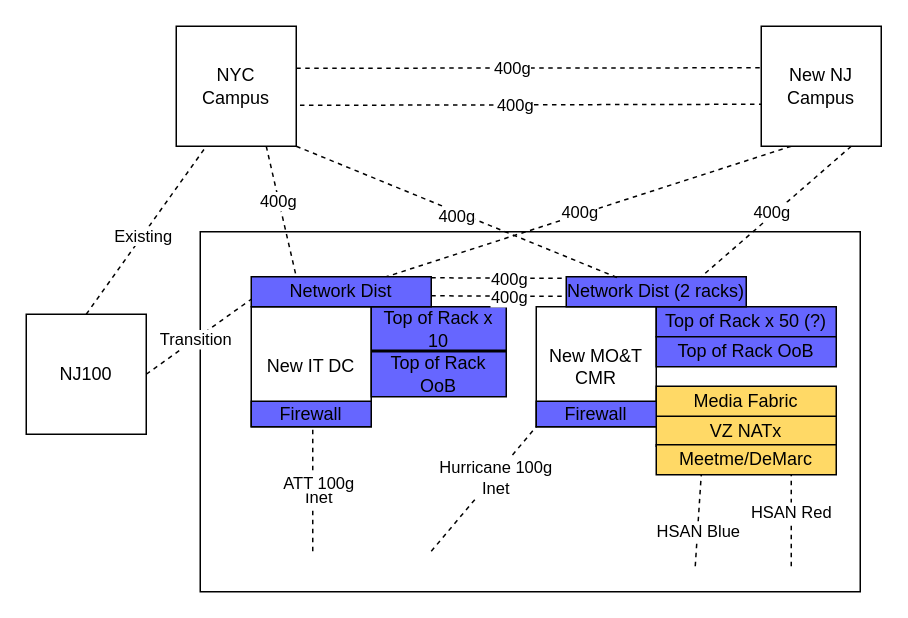
Earlier version of the draw.io diagram NJ100.drawio (rhoatson/Draw.io). Source tidied: cells renumbered, new cells numbered last; positions are measured from the earlier drawing's top-left corner, leaving out a move shared by most shapes. Both pictures are drawn from the tidied source at 150%, with x=0, y=0 at pixel (26, 26).
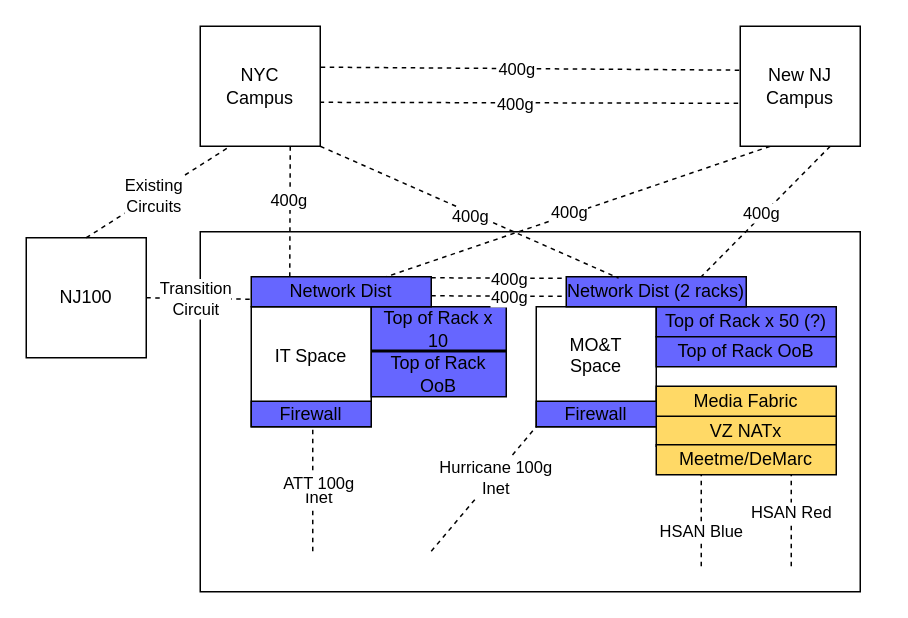
The same page after the edit.

The change refers to these unchanged cells:
```xml
<mxCell id="2" style="rounded=0;whiteSpace=wrap;html=1;" parent="1" vertex="1">
  <mxGeometry x="116" y="137" width="440" height="240" as="geometry" />
</mxCell>
<mxCell id="23" value="Network Dist" style="rounded=0;whiteSpace=wrap;html=1;fillColor=#6666FF;" parent="1" vertex="1">
  <mxGeometry x="150" y="167" width="120" height="20" as="geometry" />
</mxCell>
<mxCell id="28" value="Meetme/DeMarc" style="rounded=0;whiteSpace=wrap;html=1;fillColor=#FFD966;" parent="1" vertex="1">
  <mxGeometry x="420" y="279" width="120" height="20" as="geometry" />
</mxCell>
<mxCell id="42" style="endArrow=none;dashed=1;html=1;rounded=0;exitX=0.5;exitY=0;exitDx=0;exitDy=0;entryX=0.25;entryY=1;entryDx=0;entryDy=0;fillColor=#6666FF;" parent="1" edge="1" source="41" target="19">
  <mxGeometry relative="1" as="geometry" />
</mxCell>
<mxCell id="44" style="endArrow=none;dashed=1;html=1;rounded=0;exitX=1;exitY=0.5;exitDx=0;exitDy=0;entryX=0;entryY=0.75;entryDx=0;entryDy=0;fillColor=#6666FF;" parent="1" edge="1" source="41" target="23">
  <mxGeometry relative="1" as="geometry" />
</mxCell>
```

What changed in the source:
```diff
@@
-    <mxCell id="3" value="&lt;div&gt;New IT DC&lt;/div&gt;" style="whiteSpace=wrap;html=1;" parent="1" vertex="1">
+    <mxCell id="3" value="&lt;div&gt;IT Space&lt;/div&gt;&lt;div&gt;&lt;br&gt;&lt;/div&gt;" style="whiteSpace=wrap;html=1;" parent="1" vertex="1">
       <mxGeometry x="150" y="187" width="80" height="80" as="geometry" />
     </mxCell>
-    <mxCell id="4" value="&lt;div&gt;New MO&amp;amp;T CMR&lt;/div&gt;" style="whiteSpace=wrap;html=1;" parent="1" vertex="1">
+    <mxCell id="4" value="&lt;div&gt;MO&amp;amp;T&lt;/div&gt;&lt;div&gt;Space&lt;br&gt;&lt;/div&gt;&lt;div&gt;&lt;br&gt;&lt;/div&gt;" style="whiteSpace=wrap;html=1;" parent="1" vertex="1">
       <mxGeometry x="340" y="187" width="80" height="80" as="geometry" />
     </mxCell>
-    <mxCell id="5" value="HSAN Blue" style="endArrow=none;dashed=1;html=1;rounded=0;entryX=0.25;entryY=1;entryDx=0;entryDy=0;exitX=0.75;exitY=0.929;exitDx=0;exitDy=0;exitPerimeter=0;" parent="1" edge="1" source="2" target="28">
-      <mxGeometry x="-0.26" relative="1" as="geometry" />
+    <mxCell id="5" value="HSAN Blue" style="endArrow=none;dashed=1;html=1;rounded=0;entryX=0.25;entryY=1;entryDx=0;entryDy=0;" parent="1" edge="1" target="28">
+      <mxGeometry x="-0.26" relative="1" as="geometry">
+        <mxPoint x="450" y="360" as="sourcePoint" />
+      </mxGeometry>
     </mxCell>
@@
-    <mxCell id="8" style="endArrow=none;dashed=1;html=1;rounded=0;exitX=1.031;exitY=0.659;exitDx=0;exitDy=0;entryX=0;entryY=0.75;entryDx=0;entryDy=0;fillColor=#6666FF;exitPerimeter=0;" parent="1" edge="1" source="19">
-      <mxGeometry relative="1" as="geometry">
-        <mxPoint x="490" y="52" as="targetPoint" />
-      </mxGeometry>
+    <mxCell id="8" style="endArrow=none;dashed=1;html=1;rounded=0;exitX=0.995;exitY=0.634;exitDx=0;exitDy=0;entryX=-0.013;entryY=0.642;entryDx=0;entryDy=0;fillColor=#6666FF;exitPerimeter=0;entryPerimeter=0;" parent="1" edge="1" source="19" target="24">
+      <mxGeometry relative="1" as="geometry" />
     </mxCell>
@@
-    <mxCell id="10" style="endArrow=none;dashed=1;html=1;rounded=0;entryX=0.25;entryY=0;entryDx=0;entryDy=0;exitX=0.75;exitY=1;exitDx=0;exitDy=0;fillColor=#6666FF;" parent="1" edge="1" source="19" target="23">
+    <mxCell id="10" style="endArrow=none;dashed=1;html=1;rounded=0;entryX=0.214;entryY=-0.022;entryDx=0;entryDy=0;exitX=0.75;exitY=1;exitDx=0;exitDy=0;fillColor=#6666FF;entryPerimeter=0;" parent="1" edge="1" source="19" target="23">
       <mxGeometry relative="1" as="geometry" />
     </mxCell>
@@
     <mxCell id="19" value="&lt;div&gt;NYC&lt;/div&gt;&lt;div&gt;Campus&lt;br&gt;&lt;/div&gt;" style="whiteSpace=wrap;html=1;" parent="1" vertex="1">
-      <mxGeometry x="100" width="80" height="80" as="geometry" />
+      <mxGeometry x="116" width="80" height="80" as="geometry" />
     </mxCell>
@@
     <mxCell id="24" value="New NJ Campus" style="whiteSpace=wrap;html=1;" parent="1" vertex="1">
-      <mxGeometry x="490" width="80" height="80" as="geometry" />
+      <mxGeometry x="476" width="80" height="80" as="geometry" />
     </mxCell>
@@
-    <mxCell id="31" style="endArrow=none;dashed=1;html=1;rounded=0;entryX=0;entryY=0.75;entryDx=0;entryDy=0;fillColor=#6666FF;" parent="1" edge="1">
-      <mxGeometry relative="1" as="geometry">
-        <mxPoint x="180" y="28" as="sourcePoint" />
-        <mxPoint x="490" y="27.7" as="targetPoint" />
-      </mxGeometry>
+    <mxCell id="31" style="endArrow=none;dashed=1;html=1;rounded=0;fillColor=#6666FF;entryX=-0.005;entryY=0.366;entryDx=0;entryDy=0;entryPerimeter=0;exitX=1.004;exitY=0.341;exitDx=0;exitDy=0;exitPerimeter=0;" parent="1" edge="1" source="19" target="24">
+      <mxGeometry relative="1" as="geometry" />
     </mxCell>
@@
     <mxCell id="41" value="NJ100" style="whiteSpace=wrap;html=1;" parent="1" vertex="1">
-      <mxGeometry y="192" width="80" height="80" as="geometry" />
+      <mxGeometry y="141" width="80" height="80" as="geometry" />
     </mxCell>
@@
-    <mxCell id="43" value="Existing" style="edgeLabel;html=1;align=center;verticalAlign=middle;" parent="42" vertex="1">
+    <mxCell id="43" value="&lt;div&gt;Existing&lt;/div&gt;&lt;div&gt;Circuits&lt;br&gt;&lt;/div&gt;" style="edgeLabel;html=1;align=center;verticalAlign=middle;" parent="42" vertex="1">
       <mxGeometry x="-0.07" relative="1" as="geometry" />
     </mxCell>
@@
-    <mxCell id="45" value="Transition" style="edgeLabel;html=1;align=center;verticalAlign=middle;" parent="44" vertex="1">
+    <mxCell id="45" value="&lt;div&gt;Transition&lt;/div&gt;&lt;div&gt;Circuit&lt;br&gt;&lt;/div&gt;" style="edgeLabel;html=1;align=center;verticalAlign=middle;" parent="44" vertex="1">
       <mxGeometry x="-0.07" relative="1" as="geometry" />
     </mxCell>
```
